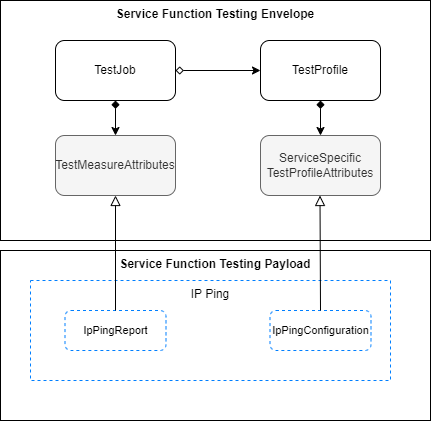
This is documentation/serviceApi/sft/serviceTest/media/serviceSpecSchema.png from MEF-GIT/MEF-LSO-Legato-SDK, a draw.io export, as it was before one commit. Source tidied: cells renumbered, new cells last; positions are measured from the earlier drawing's top-left corner, leaving out a move shared by most shapes.
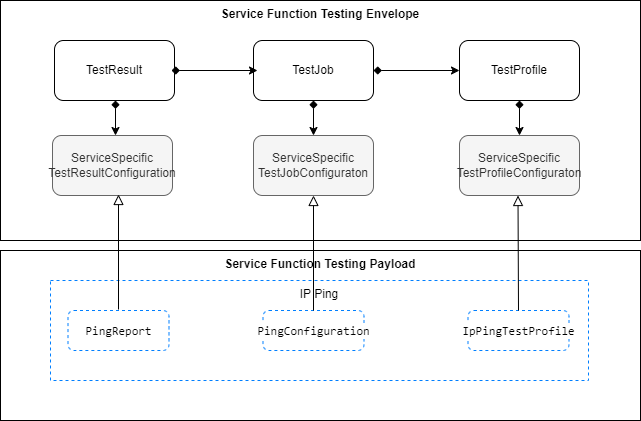
After the commit.

What changed in the source:
```diff
@@ -3,48 +3,75 @@
     <mxCell id="0" />
     <mxCell id="1" parent="0" />
     <mxCell id="2" value="&lt;b&gt;Service Function Testing Envelope&lt;/b&gt;" style="rounded=0;whiteSpace=wrap;html=1;verticalAlign=top;" parent="1" vertex="1">
-      <mxGeometry width="430" height="240" as="geometry" />
+      <mxGeometry width="640" height="240" as="geometry" />
     </mxCell>
     <mxCell id="3" value="TestJob" style="rounded=1;whiteSpace=wrap;html=1;" parent="1" vertex="1">
-      <mxGeometry x="55" y="40" width="120" height="60" as="geometry" />
+      <mxGeometry x="253" y="40" width="120" height="60" as="geometry" />
     </mxCell>
     <mxCell id="4" value="TestProfile" style="rounded=1;whiteSpace=wrap;html=1;" parent="1" vertex="1">
-      <mxGeometry x="260" y="40" width="120" height="60" as="geometry" />
+      <mxGeometry x="459" y="40" width="120" height="60" as="geometry" />
     </mxCell>
-    <mxCell id="5" value="TestMeasureAttributes" style="rounded=1;html=1;whiteSpace=wrap;fillColor=#f5f5f5;strokeColor=#666666;fontColor=#333333;" parent="1" vertex="1">
-      <mxGeometry x="55" y="135" width="120" height="60" as="geometry" />
+    <mxCell id="5" value="ServiceSpecific&lt;br&gt;TestJobConfiguraton" style="rounded=1;html=1;whiteSpace=wrap;fillColor=#f5f5f5;strokeColor=#666666;fontColor=#333333;" parent="1" vertex="1">
+      <mxGeometry x="253" y="135" width="120" height="60" as="geometry" />
     </mxCell>
     <mxCell id="6" style="endArrow=classic;html=1;startArrow=diamond;startFill=1;exitX=0.5;exitY=1;exitDx=0;exitDy=0;entryX=0.5;entryY=0;entryDx=0;entryDy=0;" parent="1" edge="1" source="3" target="5">
       <mxGeometry relative="1" as="geometry" />
     </mxCell>
-    <mxCell id="7" style="endArrow=classic;html=1;startArrow=diamond;startFill=0;exitX=1;exitY=0.5;exitDx=0;exitDy=0;" parent="1" edge="1" source="3" target="4">
+    <mxCell id="7" style="endArrow=classic;html=1;startArrow=diamond;startFill=1;exitX=1;exitY=0.5;exitDx=0;exitDy=0;" parent="1" edge="1" source="3" target="4">
       <mxGeometry relative="1" as="geometry" />
     </mxCell>
-    <mxCell id="8" value="ServiceSpecific&lt;br&gt;TestProfileAttributes" style="rounded=1;whiteSpace=wrap;html=1;fillColor=#f5f5f5;strokeColor=#666666;fontColor=#333333;" parent="1" vertex="1">
-      <mxGeometry x="260" y="135" width="120" height="60" as="geometry" />
+    <mxCell id="8" value="ServiceSpecific&lt;br&gt;TestProfileConfiguraton" style="rounded=1;whiteSpace=wrap;html=1;fillColor=#f5f5f5;strokeColor=#666666;fontColor=#333333;" parent="1" vertex="1">
+      <mxGeometry x="459" y="135" width="120" height="60" as="geometry" />
     </mxCell>
     <mxCell id="9" style="endArrow=classic;html=1;startArrow=diamond;startFill=1;exitX=0.5;exitY=1;exitDx=0;exitDy=0;entryX=0.5;entryY=0;entryDx=0;entryDy=0;" parent="1" edge="1" source="4" target="8">
       <mxGeometry relative="1" as="geometry" />
     </mxCell>
     <mxCell id="10" value="&lt;b&gt;Service Function Testing Payload&lt;/b&gt;" style="rounded=0;whiteSpace=wrap;html=1;verticalAlign=top;" parent="1" vertex="1">
-      <mxGeometry y="250" width="430" height="170" as="geometry" />
+      <mxGeometry y="250" width="640" height="170" as="geometry" />
     </mxCell>
     <mxCell id="11" value="IP Ping" style="rounded=0;whiteSpace=wrap;html=1;dashed=1;strokeColor=#007FFF;verticalAlign=top;" parent="1" vertex="1">
-      <mxGeometry x="30" y="280" width="360" height="100" as="geometry" />
+      <mxGeometry x="50" y="280" width="538" height="100" as="geometry" />
     </mxCell>
-    <mxCell id="12" value="IpPingReport" style="rounded=1;whiteSpace=wrap;html=1;dashed=1;strokeColor=#007FFF;fontSize=11;" parent="1" vertex="1">
-      <mxGeometry x="64.5" y="310" width="101" height="40" as="geometry" />
+    <mxCell id="12" value="&lt;div style=&quot;background-color: rgb(255, 255, 255); font-family: Consolas, &amp;quot;Courier New&amp;quot;, monospace; font-size: 12px; line-height: 16px;&quot;&gt;PingConfiguration&lt;/div&gt;" style="rounded=1;whiteSpace=wrap;html=1;dashed=1;strokeColor=#007FFF;fontSize=11;" parent="1" vertex="1">
+      <mxGeometry x="262.5" y="310" width="101" height="40" as="geometry" />
     </mxCell>
-    <mxCell id="13" value="IpPingConfiguration" style="rounded=1;whiteSpace=wrap;html=1;dashed=1;strokeColor=#007FFF;fontSize=11;" parent="1" vertex="1">
-      <mxGeometry x="269.5" y="310" width="101" height="40" as="geometry" />
+    <mxCell id="13" value="&lt;div style=&quot;background-color: rgb(255, 255, 255); font-family: Consolas, &amp;quot;Courier New&amp;quot;, monospace; font-size: 12px; line-height: 16px;&quot;&gt;IpPingTestProfile&lt;/div&gt;" style="rounded=1;whiteSpace=wrap;html=1;dashed=1;strokeColor=#007FFF;fontSize=11;" parent="1" vertex="1">
+      <mxGeometry x="467.5" y="310" width="101" height="40" as="geometry" />
     </mxCell>
     <mxCell id="14" style="endArrow=block;html=1;fontSize=11;endFill=0;exitX=0.5;exitY=0;exitDx=0;exitDy=0;entryX=0.5;entryY=1;entryDx=0;entryDy=0;endSize=8;" parent="1" edge="1" source="12" target="5">
       <mxGeometry relative="1" as="geometry" />
     </mxCell>
     <mxCell id="15" style="endArrow=block;html=1;fontSize=11;endFill=0;exitX=0.5;exitY=0;exitDx=0;exitDy=0;entryX=0.5;entryY=1;entryDx=0;entryDy=0;endSize=8;" parent="1" edge="1" source="13">
       <mxGeometry relative="1" as="geometry">
-        <mxPoint x="319.5" y="195" as="targetPoint" />
+        <mxPoint x="517.5" y="195" as="targetPoint" />
       </mxGeometry>
     </mxCell>
+    <mxCell id="16" value="TestResult" style="rounded=1;whiteSpace=wrap;html=1;" parent="1" vertex="1">
+      <mxGeometry x="54" y="40" width="120" height="60" as="geometry" />
+    </mxCell>
+    <mxCell id="17" style="endArrow=classic;html=1;startArrow=diamond;startFill=1;exitX=1;exitY=0.5;exitDx=0;exitDy=0;endFill=1;" parent="1" edge="1">
+      <mxGeometry relative="1" as="geometry">
+        <mxPoint x="171" y="70" as="sourcePoint" />
+        <mxPoint x="257" y="70" as="targetPoint" />
+      </mxGeometry>
+    </mxCell>
+    <mxCell id="18" value="ServiceSpecific&lt;br&gt;TestResultConfiguration" style="rounded=1;html=1;fillColor=#f5f5f5;strokeColor=#666666;fontColor=#333333;whiteSpace=wrap;" parent="1" vertex="1">
+      <mxGeometry x="52" y="135" width="120" height="60" as="geometry" />
+    </mxCell>
+    <mxCell id="19" value="&lt;div style=&quot;background-color: rgb(255, 255, 255); font-family: Consolas, &amp;quot;Courier New&amp;quot;, monospace; font-size: 12px; line-height: 16px;&quot;&gt;PingReport&lt;/div&gt;" style="rounded=1;whiteSpace=wrap;html=1;dashed=1;strokeColor=#007FFF;fontSize=11;" parent="1" vertex="1">
+      <mxGeometry x="67.5" y="310" width="101" height="40" as="geometry" />
+    </mxCell>
+    <mxCell id="20" style="endArrow=block;html=1;fontSize=11;endFill=0;exitX=0.5;exitY=0;exitDx=0;exitDy=0;entryX=0.5;entryY=1;entryDx=0;entryDy=0;endSize=8;" parent="1" edge="1">
+      <mxGeometry relative="1" as="geometry">
+        <mxPoint x="118" y="309" as="sourcePoint" />
+        <mxPoint x="118" y="194" as="targetPoint" />
+      </mxGeometry>
+    </mxCell>
+    <mxCell id="21" style="endArrow=classic;html=1;startArrow=diamond;startFill=1;exitX=0.5;exitY=1;exitDx=0;exitDy=0;entryX=0.5;entryY=0;entryDx=0;entryDy=0;" parent="1" edge="1">
+      <mxGeometry relative="1" as="geometry">
+        <mxPoint x="115" y="100" as="sourcePoint" />
+        <mxPoint x="115" y="135" as="targetPoint" />
+      </mxGeometry>
+    </mxCell>
   </root>
 </mxGraphModel>
```
